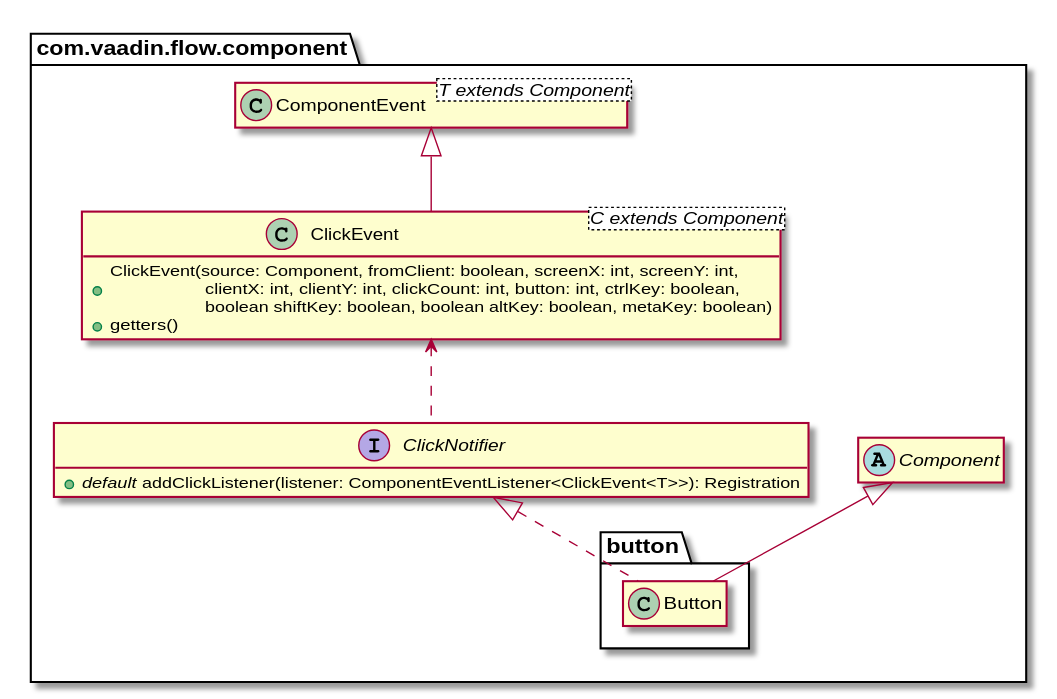
Earlier version of the PlantUML export cours/images/click-notifier.svg (formations/vaadin-foundations). Source of this version:
```plantuml
@startuml
package "com.vaadin.flow.component" {
 abstract class Component
 class ComponentEvent<T extends Component>
 class ClickEvent<C extends Component> {
  + ClickEvent(source: Component, fromClient: boolean, screenX: int, screenY: int,\n                 clientX: int, clientY: int, clickCount: int, button: int, ctrlKey: boolean,\n                 boolean shiftKey: boolean, boolean altKey: boolean, metaKey: boolean)
  + getters()
 }
 interface ClickNotifier {
  + <i>default</i> addClickListener(listener: ComponentEventListener<ClickEvent<T>>): Registration
 }
 package button {
  class Button
 }
}
ClickEvent -up-|> ComponentEvent
Button -up-|> Component
Button .up.|> ClickNotifier
ClickNotifier .up.> ClickEvent
hide empty members
@enduml
```
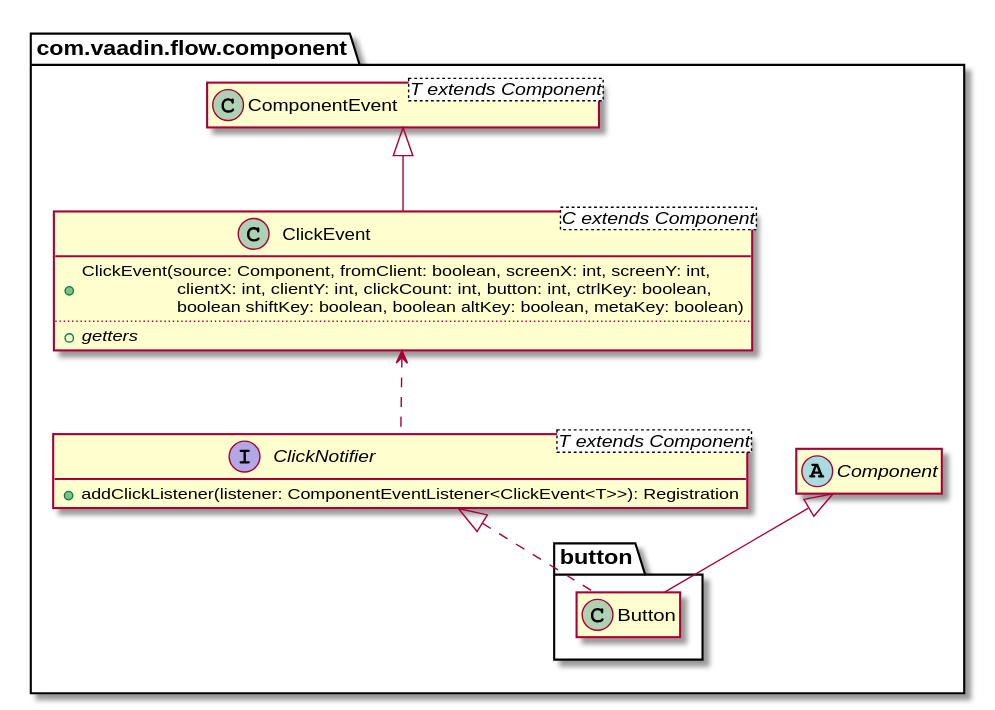
After the change.

What changed in the source:
```diff
@@ -1,21 +1,24 @@
 @startuml
-package "com.vaadin.flow.component" {
+package com.vaadin.flow.component {
  abstract class Component
  class ComponentEvent<T extends Component>
  class ClickEvent<C extends Component> {
   + ClickEvent(source: Component, fromClient: boolean, screenX: int, screenY: int,\n                 clientX: int, clientY: int, clickCount: int, button: int, ctrlKey: boolean,\n                 boolean shiftKey: boolean, boolean altKey: boolean, metaKey: boolean)
-  + getters()
+....
+  + <i>getters</i>
  }
- interface ClickNotifier {
-  + <i>default</i> addClickListener(listener: ComponentEventListener<ClickEvent<T>>): Registration
+ interface ClickNotifier<T extends Component> {
+  + addClickListener(listener: ComponentEventListener<ClickEvent<T>>): Registration
  }
  package button {
   class Button
  }
 }
+
 ClickEvent -up-|> ComponentEvent
 Button -up-|> Component
 Button .up.|> ClickNotifier
 ClickNotifier .up.> ClickEvent
+
 hide empty members
 @enduml
```
